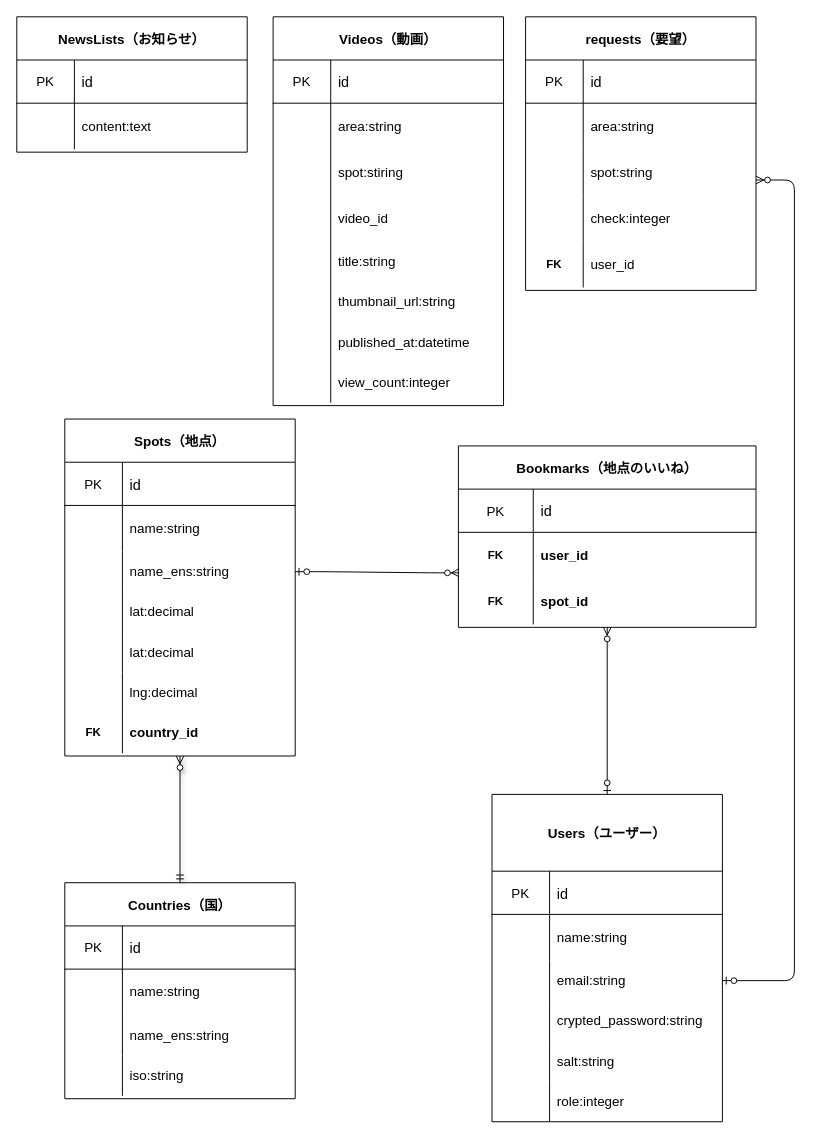
O-H-K-N/waik-tour-rails keeps this draw.io diagram as er.drawio. Above is the earlier version. Source tidied: cells renumbered, new cells numbered last; positions are measured from the earlier drawing's top-left corner, leaving out a move shared by most shapes. Both pictures are drawn from the tidied source at 96%, with x=0, y=0 at pixel (16, 16).
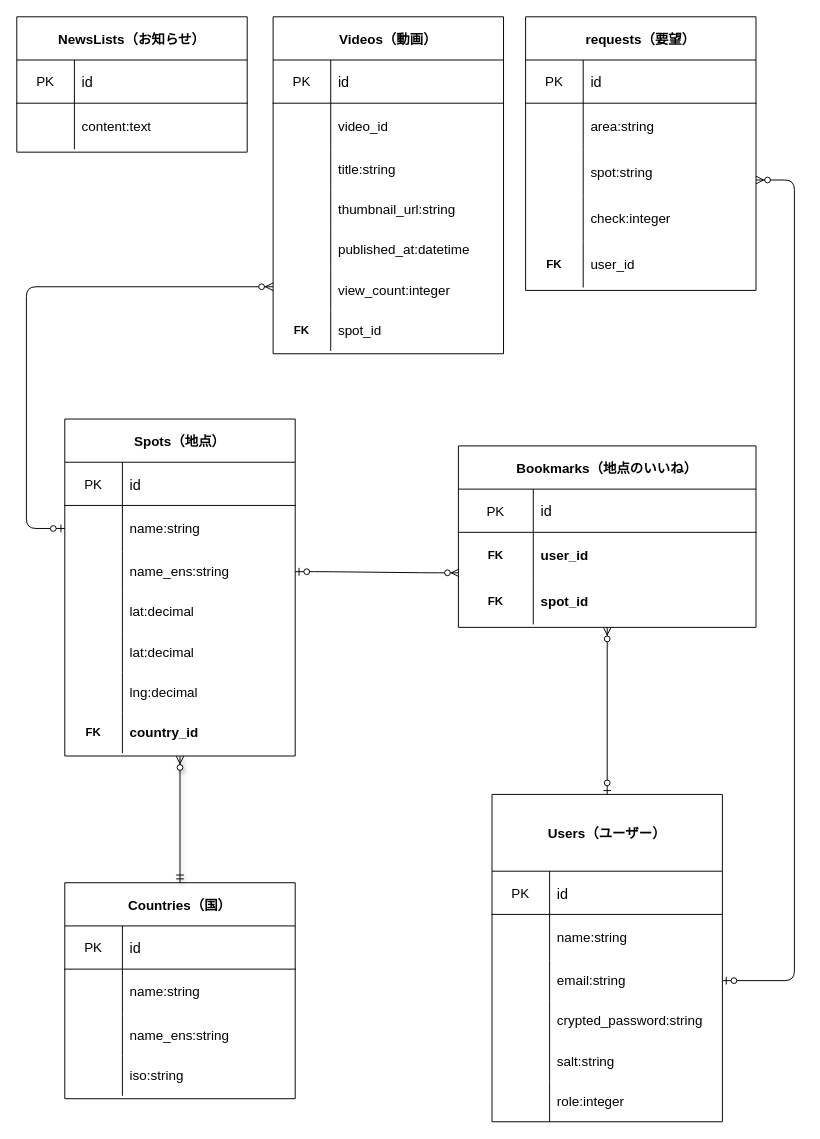
The same diagram, later.

The change refers to these unchanged cells:
```xml
<mxCell id="38" style="shape=partialRectangle;html=1;whiteSpace=wrap;fillColor=none;top=0;left=0;bottom=0;right=0;points=[[0,0.5],[1,0.5]];portConstraint=eastwest;" parent="34" vertex="1">
  <mxGeometry y="90" width="240" height="48" as="geometry" />
</mxCell>
```

Change to the diagram source:
```diff
@@
     <mxCell id="56" value="Videos（動画）" style="shape=table;startSize=45;childLayout=tableLayout;rowLines=0;fontStyle=1;align=center;fontSize=14;strokeWidth=1;" parent="1" vertex="1">
-      <mxGeometry x="267" width="240" height="405" as="geometry" />
+      <mxGeometry x="267" width="240" height="351" as="geometry" />
     </mxCell>
@@
-    <mxCell id="60" style="shape=partialRectangle;html=1;whiteSpace=wrap;fillColor=none;top=0;left=0;bottom=0;right=0;" parent="56" vertex="1">
-      <mxGeometry y="90" width="240" height="48" as="geometry" />
-    </mxCell>
-    <mxCell id="61" style="shape=partialRectangle;html=1;whiteSpace=wrap;fillColor=none;top=0;left=0;bottom=0;right=0;overflow=hidden;" parent="60" vertex="1">
-      <mxGeometry width="60" height="48" as="geometry" />
-    </mxCell>
-    <mxCell id="62" value="area:string" style="shape=partialRectangle;html=1;whiteSpace=wrap;fillColor=none;top=0;left=0;bottom=0;right=0;align=left;spacingLeft=6;overflow=hidden;fontSize=14;" parent="60" vertex="1">
-      <mxGeometry x="60" width="180" height="48" as="geometry" />
-    </mxCell>
-    <mxCell id="63" style="shape=partialRectangle;html=1;whiteSpace=wrap;fillColor=none;top=0;left=0;bottom=0;right=0;" parent="56" vertex="1">
-      <mxGeometry y="138" width="240" height="48" as="geometry" />
-    </mxCell>
-    <mxCell id="64" style="shape=partialRectangle;html=1;whiteSpace=wrap;fillColor=none;top=0;left=0;bottom=0;right=0;overflow=hidden;" parent="63" vertex="1">
-      <mxGeometry width="60" height="48" as="geometry" />
-    </mxCell>
-    <mxCell id="65" value="spot:stiring" style="shape=partialRectangle;html=1;whiteSpace=wrap;fillColor=none;top=0;left=0;bottom=0;right=0;align=left;spacingLeft=6;overflow=hidden;fontSize=14;" parent="63" vertex="1">
-      <mxGeometry x="60" width="180" height="48" as="geometry" />
-    </mxCell>
     <mxCell id="66" style="shape=partialRectangle;html=1;whiteSpace=wrap;fillColor=none;top=0;left=0;bottom=0;right=0;" parent="56" vertex="1">
-      <mxGeometry y="186" width="240" height="48" as="geometry" />
+      <mxGeometry y="90" width="240" height="48" as="geometry" />
     </mxCell>
@@
     <mxCell id="69" style="shape=partialRectangle;html=1;whiteSpace=wrap;fillColor=none;top=0;left=0;bottom=0;right=0;" parent="56" vertex="1">
-      <mxGeometry y="234" width="240" height="42" as="geometry" />
+      <mxGeometry y="138" width="240" height="42" as="geometry" />
     </mxCell>
@@
     <mxCell id="72" style="shape=partialRectangle;html=1;whiteSpace=wrap;fillColor=none;top=0;left=0;bottom=0;right=0;" parent="56" vertex="1">
-      <mxGeometry y="276" width="240" height="42" as="geometry" />
+      <mxGeometry y="180" width="240" height="42" as="geometry" />
     </mxCell>
@@
     <mxCell id="75" style="shape=partialRectangle;html=1;whiteSpace=wrap;fillColor=none;top=0;left=0;bottom=0;right=0;" parent="56" vertex="1">
-      <mxGeometry y="318" width="240" height="42" as="geometry" />
+      <mxGeometry y="222" width="240" height="42" as="geometry" />
     </mxCell>
@@
     <mxCell id="78" style="shape=partialRectangle;html=1;whiteSpace=wrap;fillColor=none;top=0;left=0;bottom=0;right=0;" parent="56" vertex="1">
-      <mxGeometry y="360" width="240" height="42" as="geometry" />
+      <mxGeometry y="264" width="240" height="42" as="geometry" />
     </mxCell>
@@
+    <mxCell id="118" style="shape=partialRectangle;html=1;whiteSpace=wrap;fillColor=none;top=0;left=0;bottom=0;right=0;" parent="56" vertex="1">
+      <mxGeometry y="306" width="240" height="42" as="geometry" />
+    </mxCell>
+    <mxCell id="119" value="&lt;span style=&quot;font-weight: 700;&quot;&gt;FK&lt;/span&gt;" style="shape=partialRectangle;html=1;whiteSpace=wrap;fillColor=none;top=0;left=0;bottom=0;right=0;overflow=hidden;" parent="118" vertex="1">
+      <mxGeometry width="60" height="42" as="geometry" />
+    </mxCell>
+    <mxCell id="120" value="spot_id" style="shape=partialRectangle;html=1;whiteSpace=wrap;fillColor=none;top=0;left=0;bottom=0;right=0;align=left;spacingLeft=6;overflow=hidden;fontSize=14;" parent="118" vertex="1">
+      <mxGeometry x="60" width="180" height="42" as="geometry" />
+    </mxCell>
@@
+    <mxCell id="121" style="edgeStyle=elbowEdgeStyle;fontSize=12;html=1;endArrow=ERzeroToMany;startArrow=ERzeroToOne;entryX=0.002;entryY=0.879;entryDx=0;entryDy=0;entryPerimeter=0;exitX=0;exitY=0.5;exitDx=0;exitDy=0;" parent="1" edge="1" source="38">
+      <mxGeometry relative="1" as="geometry">
+        <mxPoint x="267" y="281.2" as="targetPoint" />
+        <Array as="points">
+          <mxPoint x="10" y="430" />
+        </Array>
+      </mxGeometry>
+    </mxCell>
```
